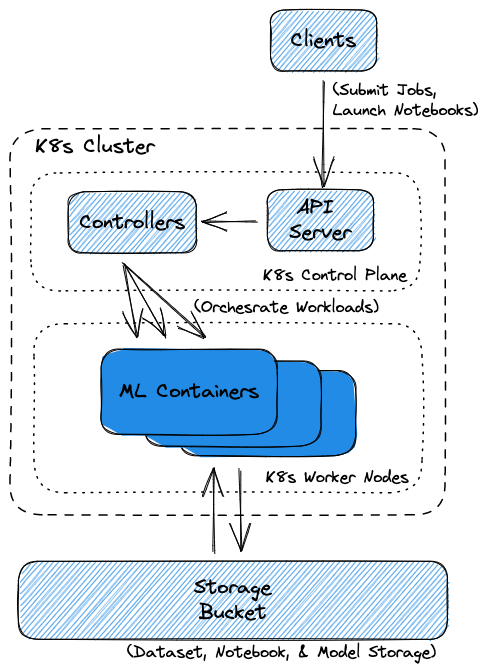
Earlier version of the Excalidraw export static/img/diagrams/architecture.excalidraw.png (substratusai/substratusai.github.io). Source tidied: one line per element, renumbered; positions are measured from the earlier drawing's top-left corner, leaving out a move shared by most shapes.
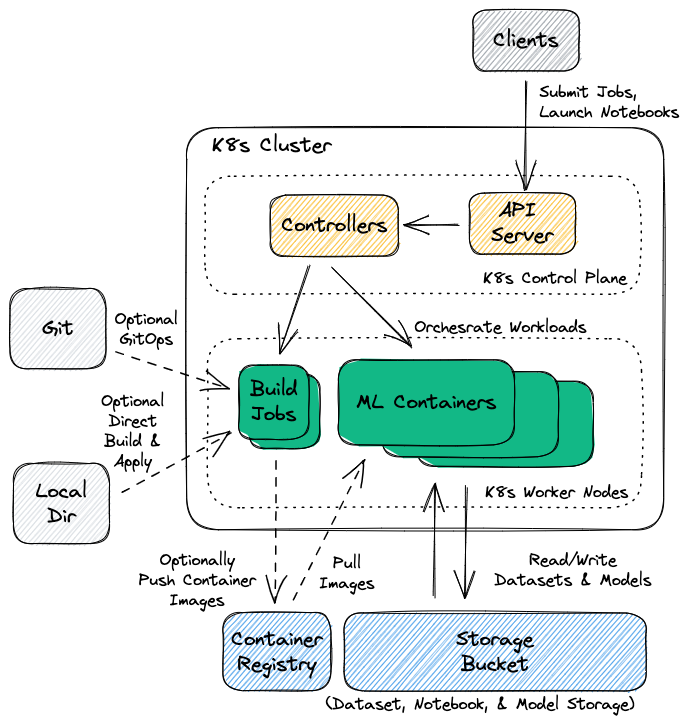
After the commit.

What changed in the source:
```diff
@@ -1,28 +1,45 @@
+{"id": 28, "type": "rectangle", "strokeColor": "#000000", "backgroundColor": "#12b886", "fillStyle": "solid", "strokeWidth": 1, "roughness": 1, "round": true, "x": 38, "y": 349, "width": 70, "height": 74}
-{"id": 0, "type": "rectangle", "strokeColor": "#000000", "strokeWidth": 1, "strokeStyle": "dashed", "roughness": 1, "round": true, "x": 0, "y": 119, "width": 435, "height": 386}
+{"id": 0, "type": "rectangle", "strokeColor": "#000000", "strokeWidth": 1, "roughness": 1, "round": true, "x": -25, "y": 103, "width": 477, "height": 402}
-{"id": 1, "type": "text", "text": "  K8s Cluster ", "strokeColor": "#000000", "strokeWidth": 1, "strokeStyle": "dashed", "roughness": 1, "fontSize": 20, "fontFamily": 1, "inside": 0, "x": 5, "y": 124, "width": 150, "height": 25}
+{"id": 1, "type": "text", "text": "  K8s Cluster ", "strokeColor": "#000000", "strokeWidth": 1, "strokeStyle": "dashed", "roughness": 1, "fontSize": 20, "fontFamily": 1, "inside": 0, "x": -20, "y": 108, "width": 150, "height": 25}
-{"id": 2, "type": "rectangle", "strokeColor": "#000000", "backgroundColor": "#228be6", "fillStyle": "solid", "strokeWidth": 1, "roughness": 1, "round": true, "x": 170, "y": 361, "width": 176, "height": 85}
+{"id": 2, "type": "rectangle", "strokeColor": "#000000", "backgroundColor": "#12b886", "fillStyle": "solid", "strokeWidth": 1, "roughness": 1, "round": true, "x": 206, "y": 356, "width": 176, "height": 85}
-{"id": 3, "type": "rectangle", "strokeColor": "#000000", "strokeWidth": 1, "strokeStyle": "dotted", "roughness": 1, "round": true, "x": 24, "y": 314, "width": 388, "height": 169}
+{"id": 3, "type": "rectangle", "strokeColor": "#000000", "strokeWidth": 1, "strokeStyle": "dotted", "roughness": 1, "round": true, "x": -4, "y": 314, "width": 434, "height": 169}
-{"id": 4, "type": "text", "text": "  K8s Worker Nodes ", "strokeColor": "#000000", "strokeWidth": 1, "roughness": 1, "fontSize": 16, "fontFamily": 1, "textAlign": "right", "verticalAlign": "bottom", "inside": 3, "x": 239, "y": 458, "width": 168, "height": 20}
+{"id": 4, "type": "text", "text": "  K8s Worker Nodes ", "strokeColor": "#000000", "strokeWidth": 1, "roughness": 1, "fontSize": 16, "fontFamily": 1, "textAlign": "right", "verticalAlign": "bottom", "inside": 3, "x": 257, "y": 458, "width": 168, "height": 20}
-{"id": 5, "type": "rectangle", "strokeColor": "#000000", "backgroundColor": "#228be6", "fillStyle": "solid", "strokeWidth": 1, "roughness": 1, "round": true, "x": 135, "y": 351, "width": 176, "height": 85}
+{"id": 5, "type": "rectangle", "strokeColor": "#000000", "backgroundColor": "#12b886", "fillStyle": "solid", "strokeWidth": 1, "roughness": 1, "round": true, "x": 171, "y": 347, "width": 176, "height": 85}
-{"id": 6, "type": "rectangle", "strokeColor": "#000000", "strokeWidth": 1, "strokeStyle": "dotted", "roughness": 1, "round": true, "x": 21, "y": 163, "width": 389, "height": 118}
+{"id": 6, "type": "rectangle", "strokeColor": "#000000", "strokeWidth": 1, "strokeStyle": "dotted", "roughness": 1, "round": true, "x": -7, "y": 151, "width": 435, "height": 118}
-{"id": 7, "type": "text", "text": "  K8s Control Plane ", "strokeColor": "#000000", "strokeWidth": 1, "strokeStyle": "dashed", "roughness": 1, "fontSize": 16, "fontFamily": 1, "textAlign": "right", "verticalAlign": "bottom", "inside": 6, "x": 237, "y": 256, "width": 168, "height": 20}
+{"id": 7, "type": "text", "text": "  K8s Control Plane ", "strokeColor": "#000000", "strokeWidth": 1, "strokeStyle": "dashed", "roughness": 1, "fontSize": 16, "fontFamily": 1, "textAlign": "right", "verticalAlign": "bottom", "inside": 6, "x": 255, "y": 244, "width": 168, "height": 20}
-{"id": 8, "type": "rectangle", "strokeColor": "#000000", "backgroundColor": "#228be6", "fillStyle": "hachure", "strokeWidth": 1, "roughness": 1, "round": true, "x": 8, "y": 551, "width": 429, "height": 78}
+{"id": 8, "type": "rectangle", "strokeColor": "#000000", "backgroundColor": "#228be6", "fillStyle": "hachure", "strokeWidth": 1, "roughness": 1, "round": true, "x": 132, "y": 588, "width": 302, "height": 78}
-{"id": 9, "type": "text", "text": "Storage\nBucket", "strokeColor": "#000000", "strokeWidth": 1, "roughness": 1, "fontSize": 20, "fontFamily": 1, "textAlign": "center", "verticalAlign": "middle", "inside": 8, "x": 184, "y": 565, "width": 77, "height": 50}
+{"id": 9, "type": "text", "text": "Storage\nBucket", "strokeColor": "#000000", "strokeWidth": 1, "roughness": 1, "fontSize": 20, "fontFamily": 1, "textAlign": "center", "verticalAlign": "middle", "inside": 8, "x": 245, "y": 602, "width": 77, "height": 50}
-{"id": 10, "type": "rectangle", "strokeColor": "#000000", "backgroundColor": "#228be6", "fillStyle": "solid", "strokeWidth": 1, "roughness": 1, "round": true, "x": 91, "y": 339, "width": 176, "height": 85}
+{"id": 10, "type": "rectangle", "strokeColor": "#000000", "backgroundColor": "#12b886", "fillStyle": "solid", "strokeWidth": 1, "roughness": 1, "round": true, "x": 127, "y": 335, "width": 176, "height": 85}
-{"id": 11, "type": "text", "text": "ML Containers", "strokeColor": "#000000", "strokeWidth": 1, "roughness": 1, "fontSize": 20.13, "fontFamily": 1, "textAlign": "center", "verticalAlign": "middle", "inside": 10, "x": 109, "y": 369, "width": 140, "height": 25}
+{"id": 11, "type": "text", "text": "ML Containers", "strokeColor": "#000000", "strokeWidth": 1, "roughness": 1, "fontSize": 20.13, "fontFamily": 1, "textAlign": "center", "verticalAlign": "middle", "inside": 10, "x": 145, "y": 365, "width": 140, "height": 25}
-{"id": 12, "type": "rectangle", "strokeColor": "#000000", "backgroundColor": "#228be6", "fillStyle": "hachure", "strokeWidth": 1, "roughness": 1, "round": true, "x": 257, "y": 180, "width": 106, "height": 61}
+{"id": 12, "type": "rectangle", "strokeColor": "#000000", "backgroundColor": "#fab005", "fillStyle": "hachure", "strokeWidth": 1, "roughness": 1, "round": true, "x": 258, "y": 168, "width": 106, "height": 61}
-{"id": 13, "type": "text", "text": "API \nServer", "strokeColor": "#000000", "strokeWidth": 1, "roughness": 1, "fontSize": 20.13, "fontFamily": 1, "textAlign": "center", "verticalAlign": "middle", "inside": 12, "x": 279, "y": 185, "width": 62, "height": 50}
+{"id": 13, "type": "text", "text": "API \nServer", "strokeColor": "#000000", "strokeWidth": 1, "roughness": 1, "fontSize": 20.13, "fontFamily": 1, "textAlign": "center", "verticalAlign": "middle", "inside": 12, "x": 280, "y": 174, "width": 62, "height": 50}
-{"id": 14, "type": "rectangle", "strokeColor": "#000000", "backgroundColor": "#228be6", "fillStyle": "hachure", "strokeWidth": 1, "roughness": 1, "round": true, "x": 58, "y": 182, "width": 128, "height": 61}
+{"id": 14, "type": "rectangle", "strokeColor": "#000000", "backgroundColor": "#fab005", "fillStyle": "hachure", "strokeWidth": 1, "roughness": 1, "round": true, "x": 59, "y": 170, "width": 128, "height": 61}
-{"id": 15, "type": "text", "text": "Controllers", "strokeColor": "#000000", "strokeWidth": 1, "roughness": 1, "fontSize": 20.13, "fontFamily": 1, "textAlign": "center", "verticalAlign": "middle", "inside": 14, "x": 69, "y": 200, "width": 106, "height": 25}
+{"id": 15, "type": "text", "text": "Controllers", "strokeColor": "#000000", "strokeWidth": 1, "roughness": 1, "fontSize": 20.13, "fontFamily": 1, "textAlign": "center", "verticalAlign": "middle", "inside": 14, "x": 70, "y": 188, "width": 106, "height": 25}
-{"id": 16, "type": "rectangle", "strokeColor": "#000000", "backgroundColor": "#228be6", "fillStyle": "hachure", "strokeWidth": 1, "roughness": 1, "round": true, "x": 261, "y": 0, "width": 106, "height": 61}
+{"id": 16, "type": "rectangle", "strokeColor": "#000000", "backgroundColor": "#868e96", "fillStyle": "hachure", "strokeWidth": 1, "roughness": 1, "round": true, "x": 261, "y": -15, "width": 106, "height": 61}
-{"id": 17, "type": "text", "text": "Clients", "strokeColor": "#000000", "strokeWidth": 1, "roughness": 1, "fontSize": 20.13, "fontFamily": 1, "textAlign": "center", "verticalAlign": "middle", "inside": 16, "x": 281, "y": 18, "width": 65, "height": 25}
+{"id": 17, "type": "text", "text": "Clients", "strokeColor": "#000000", "strokeWidth": 1, "roughness": 1, "fontSize": 20.13, "fontFamily": 1, "textAlign": "center", "verticalAlign": "middle", "inside": 16, "x": 282, "y": 3, "width": 65, "height": 25}
-{"id": 18, "type": "arrow", "strokeColor": "#000000", "backgroundColor": "#ffffff", "fillStyle": "solid", "strokeWidth": 1, "roughness": 1, "endArrowhead": "arrow", "round": true, "from": 16, "to": 12, "x": 314, "y": 72, "width": 1, "height": 104, "points": [[0, 0], [-1, 104]]}
+{"id": 18, "type": "arrow", "strokeColor": "#000000", "backgroundColor": "#ffffff", "fillStyle": "solid", "strokeWidth": 1, "roughness": 1, "endArrowhead": "arrow", "round": true, "from": 16, "to": 12, "x": 315, "y": 57, "width": 1, "height": 108, "points": [[0, 0], [-1, 108]]}
-{"id": 19, "type": "arrow", "strokeColor": "#000000", "backgroundColor": "#228be6", "fillStyle": "solid", "strokeWidth": 1, "roughness": 1, "endArrowhead": "arrow", "round": true, "from": 12, "to": 14, "x": 247, "y": 213, "width": 55, "height": 1, "points": [[0, 0], [-55, -1]]}
+{"id": 19, "type": "arrow", "strokeColor": "#000000", "backgroundColor": "#228be6", "fillStyle": "solid", "strokeWidth": 1, "roughness": 1, "endArrowhead": "arrow", "round": true, "from": 12, "to": 14, "x": 248, "y": 201, "width": 55, "height": 1, "points": [[0, 0], [-55, -1]]}
-{"id": 20, "type": "arrow", "strokeColor": "#000000", "backgroundColor": "#ffffff", "fillStyle": "solid", "strokeWidth": 1, "roughness": 1, "endArrowhead": "arrow", "round": true, "from": 14, "to": 10, "x": 114, "y": 255, "width": 14, "height": 73, "points": [[0, 0], [14, 73]]}
-{"id": 21, "type": "arrow", "strokeColor": "#000000", "backgroundColor": "#ffffff", "fillStyle": "solid", "strokeWidth": 1, "roughness": 1, "endArrowhead": "arrow", "round": true, "from": 14, "to": 10, "x": 114, "y": 254, "width": 41, "height": 73, "points": [[0, 0], [41, 73]]}
+{"id": 21, "type": "arrow", "strokeColor": "#000000", "backgroundColor": "#ffffff", "fillStyle": "solid", "strokeWidth": 1, "roughness": 1, "endArrowhead": "arrow", "round": true, "from": 14, "to": 10, "x": 120, "y": 243, "width": 80, "height": 79, "points": [[0, 0], [80, 79]]}
-{"id": 22, "type": "arrow", "strokeColor": "#000000", "backgroundColor": "#ffffff", "fillStyle": "solid", "strokeWidth": 1, "roughness": 1, "endArrowhead": "arrow", "round": true, "from": 14, "to": 10, "x": 113, "y": 253, "width": 81, "height": 74, "points": [[0, 0], [81, 74]]}
-{"id": 23, "type": "arrow", "strokeColor": "#000000", "backgroundColor": "#ffffff", "fillStyle": "solid", "strokeWidth": 1, "roughness": 1, "endArrowhead": "arrow", "round": true, "from": 8, "to": 2, "x": 203, "y": 542, "width": 1, "height": 84, "points": [[0, 0], [1, -84]]}
+{"id": 23, "type": "arrow", "strokeColor": "#000000", "backgroundColor": "#ffffff", "fillStyle": "solid", "strokeWidth": 1, "roughness": 1, "endArrowhead": "arrow", "round": true, "from": 8, "to": 2, "x": 222, "y": 572, "width": 2, "height": 113, "points": [[0, 0], [2, -113]]}
-{"id": 24, "type": "arrow", "strokeColor": "#000000", "backgroundColor": "#ffffff", "fillStyle": "solid", "strokeWidth": 1, "roughness": 1, "endArrowhead": "arrow", "round": true, "from": 2, "to": 8, "x": 230, "y": 459, "width": 3, "height": 82, "points": [[0, 0], [3, 82]]}
+{"id": 24, "type": "arrow", "strokeColor": "#000000", "backgroundColor": "#ffffff", "fillStyle": "solid", "strokeWidth": 1, "roughness": 1, "endArrowhead": "arrow", "round": true, "from": 2, "to": 8, "x": 254, "y": 461, "width": 0, "height": 113, "points": [[0, 0], [0, 113]]}
-{"id": 25, "type": "text", "text": "(Dataset, Notebook, & Model Storage)", "strokeColor": "#000000", "backgroundColor": "#ffffff", "fillStyle": "solid", "strokeWidth": 1, "roughness": 1, "fontSize": 16, "fontFamily": 1, "textAlign": "right", "x": 117, "y": 633, "width": 309, "height": 20}
+{"id": 25, "type": "text", "text": "(Dataset, Notebook, & Model Storage)", "strokeColor": "#000000", "backgroundColor": "#ffffff", "fillStyle": "solid", "strokeWidth": 1, "roughness": 1, "fontSize": 16, "fontFamily": 1, "textAlign": "right", "x": 114, "y": 670, "width": 309, "height": 20}
-{"id": 26, "type": "text", "text": "(Orchesrate Workloads)", "strokeColor": "#000000", "backgroundColor": "#ffffff", "fillStyle": "solid", "strokeWidth": 1, "roughness": 1, "fontSize": 16, "fontFamily": 1, "textAlign": "right", "x": 184, "y": 288, "width": 184, "height": 20}
+{"id": 26, "type": "text", "text": "Orchesrate Workloads", "strokeColor": "#000000", "backgroundColor": "#ffffff", "fillStyle": "solid", "strokeWidth": 1, "roughness": 1, "fontSize": 16, "fontFamily": 1, "textAlign": "right", "x": 203, "y": 293, "width": 172, "height": 20}
-{"id": 27, "type": "text", "text": "(Submit Jobs,\nLaunch Notebooks)", "strokeColor": "#000000", "backgroundColor": "#ffffff", "fillStyle": "solid", "strokeWidth": 1, "roughness": 1, "fontSize": 16, "fontFamily": 1, "x": 323, "y": 71, "width": 145, "height": 40}
+{"id": 27, "type": "text", "text": "Submit Jobs,\nLaunch Notebooks", "strokeColor": "#000000", "backgroundColor": "#ffffff", "fillStyle": "solid", "strokeWidth": 1, "roughness": 1, "fontSize": 16, "fontFamily": 1, "x": 328, "y": 58, "width": 140, "height": 40}
+{"id": 29, "type": "rectangle", "strokeColor": "#000000", "backgroundColor": "#ced4da", "fillStyle": "hachure", "strokeWidth": 1, "roughness": 1, "round": true, "x": -202, "y": 264, "width": 96, "height": 80}
+{"id": 30, "type": "text", "text": "Git", "strokeColor": "#000000", "strokeWidth": 1, "roughness": 1, "fontSize": 20, "fontFamily": 1, "textAlign": "center", "verticalAlign": "middle", "inside": 29, "x": -169, "y": 291, "width": 31, "height": 25}
+{"id": 31, "type": "rectangle", "strokeColor": "#000000", "backgroundColor": "#ced4da", "fillStyle": "hachure", "strokeWidth": 1, "roughness": 1, "round": true, "x": -198, "y": 439, "width": 96, "height": 80}
+{"id": 32, "type": "text", "text": "Local\nDir", "strokeColor": "#000000", "strokeWidth": 1, "roughness": 1, "fontSize": 20, "fontFamily": 1, "textAlign": "center", "verticalAlign": "middle", "inside": 31, "x": -176, "y": 454, "width": 52, "height": 50}
+{"id": 33, "type": "rectangle", "strokeColor": "#000000", "backgroundColor": "#12b886", "fillStyle": "solid", "strokeWidth": 1, "roughness": 1, "round": true, "x": 27, "y": 340, "width": 70, "height": 74}
+{"id": 34, "type": "text", "text": "Build\nJobs", "strokeColor": "#000000", "strokeWidth": 1, "roughness": 1, "fontSize": 20.13, "fontFamily": 1, "textAlign": "center", "verticalAlign": "middle", "inside": 33, "x": 39, "y": 352, "width": 47, "height": 50}
+{"id": 35, "type": "arrow", "strokeColor": "#000000", "strokeWidth": 1, "roughness": 1, "endArrowhead": "arrow", "round": true, "from": 14, "to": 33, "x": 97, "y": 241, "width": 29, "height": 86, "points": [[0, 0], [-29, 86]]}
+{"id": 36, "type": "arrow", "strokeColor": "#000000", "strokeWidth": 1, "strokeStyle": "dashed", "roughness": 1, "endArrowhead": "arrow", "round": true, "from": 29, "to": 33, "x": -95, "y": 326, "width": 112, "height": 38, "points": [[0, 0], [112, 38]]}
+{"id": 37, "type": "arrow", "strokeColor": "#000000", "strokeWidth": 1, "strokeStyle": "dashed", "roughness": 1, "endArrowhead": "arrow", "round": true, "from": 31, "to": 33, "x": -90, "y": 466, "width": 109, "height": 59, "points": [[0, 0], [109, -59]]}
+{"id": 38, "type": "rectangle", "strokeColor": "#000000", "backgroundColor": "#228be6", "fillStyle": "hachure", "strokeWidth": 1, "roughness": 1, "round": true, "x": 11, "y": 588, "width": 108, "height": 78}
+{"id": 39, "type": "text", "text": "Container\nRegistry", "strokeColor": "#000000", "strokeWidth": 1, "roughness": 1, "fontSize": 20, "fontFamily": 1, "textAlign": "center", "verticalAlign": "middle", "inside": 38, "x": 20, "y": 602, "width": 91, "height": 50}
+{"id": 40, "type": "arrow", "strokeColor": "#000000", "backgroundColor": "#228be6", "fillStyle": "hachure", "strokeWidth": 1, "strokeStyle": "dashed", "roughness": 1, "endArrowhead": "arrow", "round": true, "from": 28, "to": 38, "x": 64, "y": 436, "width": 1, "height": 142, "points": [[0, 0], [-1, 142]]}
+{"id": 41, "type": "arrow", "strokeColor": "#000000", "strokeWidth": 1, "strokeStyle": "dashed", "roughness": 1, "endArrowhead": "arrow", "round": true, "from": 38, "to": 10, "x": 81, "y": 575, "width": 73, "height": 140, "points": [[0, 0], [73, -140]]}
+{"id": 42, "type": "text", "text": "Optional\nGitOps", "strokeColor": "#000000", "backgroundColor": "#ffffff", "fillStyle": "solid", "strokeWidth": 1, "roughness": 1, "fontSize": 16, "fontFamily": 1, "textAlign": "center", "x": -97, "y": 285, "width": 63, "height": 40}
+{"id": 43, "type": "text", "text": "Optionally\nPush Container\nImages", "strokeColor": "#000000", "backgroundColor": "#ffffff", "fillStyle": "solid", "strokeWidth": 1, "roughness": 1, "fontSize": 16, "fontFamily": 1, "textAlign": "center", "x": -73, "y": 526, "width": 117, "height": 60}
+{"id": 44, "type": "text", "text": "Pull\nImages", "strokeColor": "#000000", "backgroundColor": "#ffffff", "fillStyle": "solid", "strokeWidth": 1, "roughness": 1, "fontSize": 16, "fontFamily": 1, "textAlign": "center", "x": 108, "y": 529, "width": 55, "height": 40}
+{"id": 45, "type": "text", "text": "Read/Write\nDatasets & Models", "strokeColor": "#000000", "backgroundColor": "#ffffff", "fillStyle": "solid", "strokeWidth": 1, "roughness": 1, "fontSize": 16, "fontFamily": 1, "textAlign": "center", "x": 283, "y": 526, "width": 157, "height": 40}
+{"id": 46, "type": "text", "text": "Optional\nDirect\nBuild &\nApply", "strokeColor": "#000000", "backgroundColor": "#ffffff", "fillStyle": "solid", "strokeWidth": 1, "roughness": 1, "fontSize": 16, "fontFamily": 1, "textAlign": "center", "x": -110, "y": 367, "width": 63, "height": 80}
```
